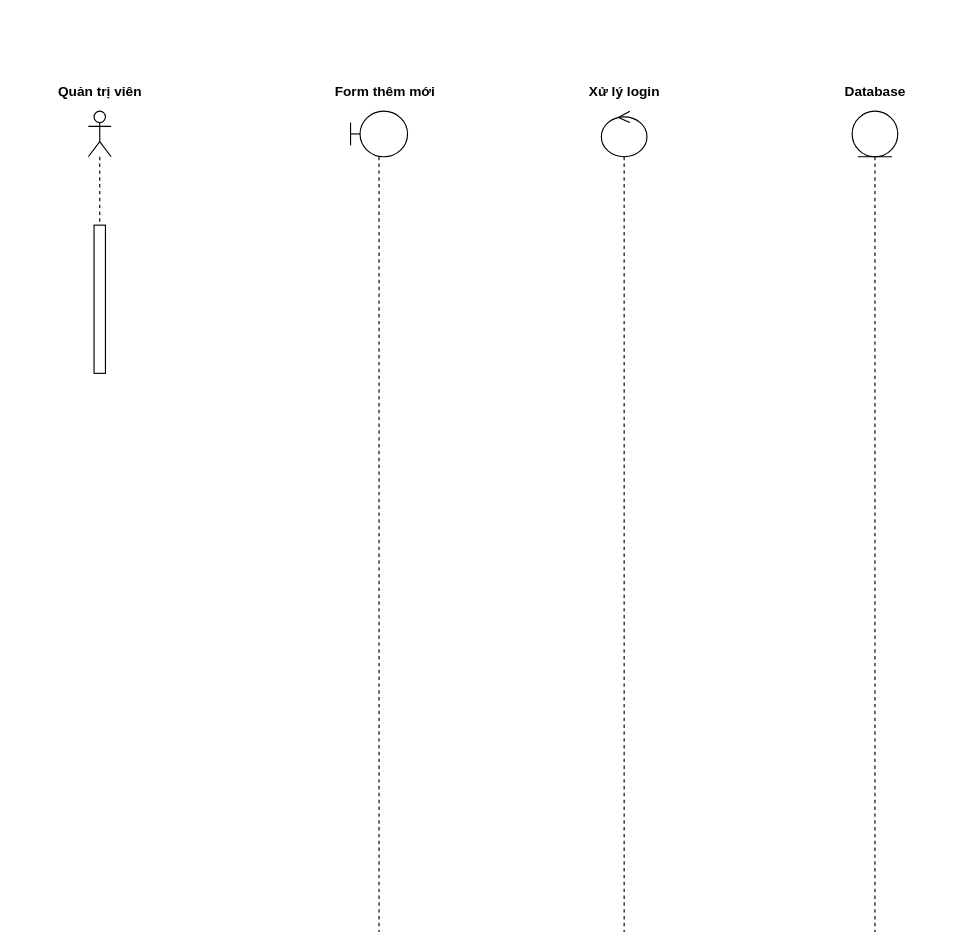
Earlier version of the draw.io diagram Biểu đồ không có tiêu đề.drawio (V13tthnh/To-do-list-ReactJS). Source tidied: cells renumbered, new cells numbered last; positions are measured from the earlier drawing's top-left corner, leaving out a move shared by most shapes. Both pictures are drawn from the tidied source at 114%, with x=0, y=0 at pixel (54, 76).
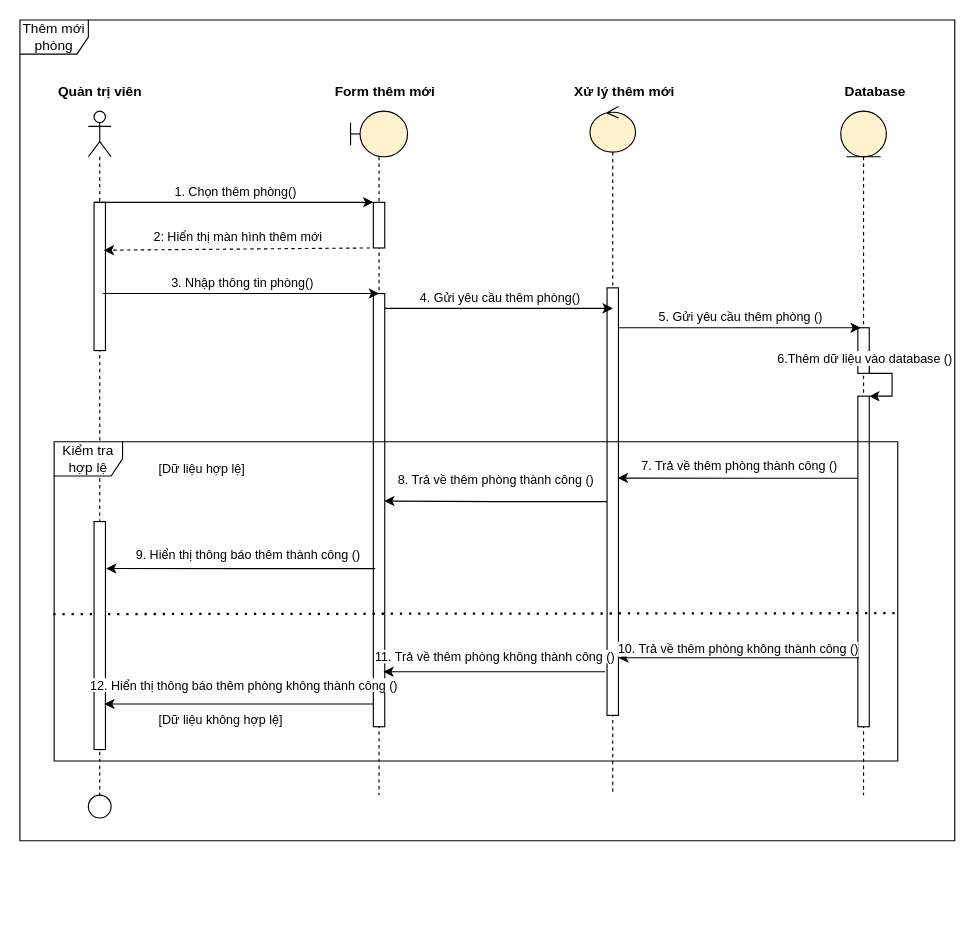
The same page after the edit.

Diff of the diagram source:
```diff
@@
-    <mxCell id="2" style="shape=umlLifeline;perimeter=lifelinePerimeter;whiteSpace=wrap;html=1;newEdgeStyle={&quot;curved&quot;:0,&quot;rounded&quot;:0};participant=umlBoundary;" parent="1" vertex="1">
-      <mxGeometry x="260" y="30" width="50" height="720" as="geometry" />
+    <mxCell id="2" style="shape=umlLifeline;perimeter=lifelinePerimeter;whiteSpace=wrap;html=1;newEdgeStyle={&quot;curved&quot;:0,&quot;rounded&quot;:0};participant=umlBoundary;fillColor=#fff2cc;strokeColor=light-dark(#000000, #6d5100);" parent="1" vertex="1">
+      <mxGeometry x="260" y="30" width="50" height="600" as="geometry" />
     </mxCell>
     <mxCell id="3" style="shape=umlLifeline;perimeter=lifelinePerimeter;whiteSpace=wrap;html=1;newEdgeStyle={&quot;curved&quot;:0,&quot;rounded&quot;:0};participant=umlActor;" parent="1" vertex="1">
-      <mxGeometry x="30" y="30" width="20" height="100" as="geometry" />
+      <mxGeometry x="30" y="30" width="20" height="600" as="geometry" />
     </mxCell>
-    <mxCell id="4" style="shape=umlLifeline;perimeter=lifelinePerimeter;whiteSpace=wrap;html=1;newEdgeStyle={&quot;curved&quot;:0,&quot;rounded&quot;:0};participant=umlControl;" parent="1" vertex="1">
-      <mxGeometry x="480" y="30" width="40" height="720" as="geometry" />
+    <mxCell id="4" style="shape=umlLifeline;perimeter=lifelinePerimeter;whiteSpace=wrap;html=1;newEdgeStyle={&quot;curved&quot;:0,&quot;rounded&quot;:0};participant=umlControl;fillColor=#fff2cc;strokeColor=light-dark(#000000, #6d5100);" parent="1" vertex="1">
+      <mxGeometry x="470" y="26" width="40" height="604" as="geometry" />
     </mxCell>
-    <mxCell id="5" style="shape=umlLifeline;perimeter=lifelinePerimeter;whiteSpace=wrap;html=1;newEdgeStyle={&quot;curved&quot;:0,&quot;rounded&quot;:0};participant=umlEntity;" parent="1" vertex="1">
-      <mxGeometry x="700" y="30" width="40" height="720" as="geometry" />
+    <mxCell id="5" style="shape=umlLifeline;perimeter=lifelinePerimeter;whiteSpace=wrap;html=1;newEdgeStyle={&quot;curved&quot;:0,&quot;rounded&quot;:0};participant=umlEntity;fillColor=#fff2cc;strokeColor=light-dark(#000000, #6d5100);" parent="1" vertex="1">
+      <mxGeometry x="690" y="30" width="40" height="600" as="geometry" />
     </mxCell>
@@
-    <mxCell id="8" value="Xử lý login" style="text;align=center;fontStyle=1;verticalAlign=middle;spacingLeft=3;spacingRight=3;strokeColor=none;html=1;" parent="1" vertex="1">
+    <mxCell id="8" value="Xử lý thêm mới" style="text;align=center;fontStyle=1;verticalAlign=middle;spacingLeft=3;spacingRight=3;strokeColor=none;html=1;" parent="1" vertex="1">
       <mxGeometry x="460" width="80" height="26" as="geometry" />
     </mxCell>
@@
     <mxCell id="10" style="rounded=0;whiteSpace=wrap;html=1;" parent="1" vertex="1">
-      <mxGeometry x="35" y="130" width="10" height="130" as="geometry" />
+      <mxGeometry x="35" y="110" width="10" height="130" as="geometry" />
     </mxCell>
+    <mxCell id="11" style="rounded=0;whiteSpace=wrap;html=1;" parent="1" vertex="1">
+      <mxGeometry x="485" y="185" width="10" height="375" as="geometry" />
+    </mxCell>
+    <mxCell id="12" style="rounded=0;whiteSpace=wrap;html=1;" parent="1" vertex="1">
+      <mxGeometry x="280" y="110" width="10" height="40" as="geometry" />
+    </mxCell>
+    <mxCell id="13" style="edgeStyle=orthogonalEdgeStyle;rounded=0;orthogonalLoop=1;jettySize=auto;html=1;entryX=1;entryY=0.5;entryDx=0;entryDy=0;" parent="1" edge="1">
+      <mxGeometry relative="1" as="geometry">
+        <mxPoint x="715" y="240" as="sourcePoint" />
+        <mxPoint x="715" y="280" as="targetPoint" />
+        <Array as="points">
+          <mxPoint x="715" y="260" />
+          <mxPoint x="735" y="260" />
+          <mxPoint x="735" y="280" />
+        </Array>
+      </mxGeometry>
+    </mxCell>
+    <mxCell id="14" style="rounded=0;whiteSpace=wrap;html=1;" parent="1" vertex="1">
+      <mxGeometry x="705" y="220" width="10" height="40" as="geometry" />
+    </mxCell>
+    <mxCell id="15" style="endArrow=classic;html=1;rounded=0;entryX=0;entryY=0;entryDx=0;entryDy=0;" parent="1" edge="1" target="12">
+      <mxGeometry relative="1" as="geometry">
+        <mxPoint x="35" y="110" as="sourcePoint" />
+      </mxGeometry>
+    </mxCell>
+    <mxCell id="16" value="1. Chọn thêm phòng()" style="edgeLabel;html=1;align=center;verticalAlign=middle;" parent="15" vertex="1">
+      <mxGeometry relative="1" as="geometry">
+        <mxPoint y="-10" as="offset" />
+      </mxGeometry>
+    </mxCell>
+    <mxCell id="17" style="endArrow=classic;html=1;rounded=0;entryX=0.86;entryY=0.323;entryDx=0;entryDy=0;entryPerimeter=0;dashed=1;" parent="1" edge="1" target="10">
+      <mxGeometry relative="1" as="geometry">
+        <mxPoint x="277" y="150" as="sourcePoint" />
+      </mxGeometry>
+    </mxCell>
+    <mxCell id="18" value="2: Hiển thị màn hình thêm mới" style="edgeLabel;html=1;align=center;verticalAlign=middle;" parent="17" vertex="1">
+      <mxGeometry relative="1" as="geometry">
+        <mxPoint y="-11" as="offset" />
+      </mxGeometry>
+    </mxCell>
+    <mxCell id="19" style="rounded=0;whiteSpace=wrap;html=1;" parent="1" vertex="1">
+      <mxGeometry x="280" y="190" width="10" height="380" as="geometry" />
+    </mxCell>
+    <mxCell id="20" style="endArrow=classic;html=1;rounded=0;entryX=0;entryY=0;entryDx=0;entryDy=0;" parent="1" edge="1">
+      <mxGeometry relative="1" as="geometry">
+        <mxPoint x="43" y="190" as="sourcePoint" />
+        <mxPoint x="285" y="190" as="targetPoint" />
+      </mxGeometry>
+    </mxCell>
+    <mxCell id="21" value="3. Nhập thông tin phòng()" style="edgeLabel;html=1;align=center;verticalAlign=middle;" parent="20" vertex="1">
+      <mxGeometry relative="1" as="geometry">
+        <mxPoint y="-10" as="offset" />
+      </mxGeometry>
+    </mxCell>
+    <mxCell id="22" value="Thêm mới phòng" style="shape=umlFrame;whiteSpace=wrap;html=1;" parent="1" vertex="1">
+      <mxGeometry x="-30" y="-50" width="820" height="720" as="geometry" />
+    </mxCell>
+    <mxCell id="23" style="endArrow=classic;html=1;rounded=0;exitX=0.78;exitY=0.637;exitDx=0;exitDy=0;exitPerimeter=0;" parent="1" edge="1">
+      <mxGeometry relative="1" as="geometry">
+        <mxPoint x="290" y="203" as="sourcePoint" />
+        <mxPoint x="490" y="203" as="targetPoint" />
+      </mxGeometry>
+    </mxCell>
+    <mxCell id="24" value="4. Gửi yêu cầu thêm phòng()" style="edgeLabel;html=1;align=center;verticalAlign=middle;" parent="23" vertex="1">
+      <mxGeometry relative="1" as="geometry">
+        <mxPoint y="-10" as="offset" />
+      </mxGeometry>
+    </mxCell>
+    <mxCell id="25" style="ellipse;whiteSpace=wrap;html=1;" parent="1" vertex="1">
+      <mxGeometry x="30" y="630" width="20" height="20" as="geometry" />
+    </mxCell>
+    <mxCell id="26" style="rounded=0;whiteSpace=wrap;html=1;" parent="1" vertex="1">
+      <mxGeometry x="705" y="280" width="10" height="290" as="geometry" />
+    </mxCell>
+    <mxCell id="27" style="endArrow=classic;html=1;rounded=0;exitX=0.78;exitY=0.637;exitDx=0;exitDy=0;exitPerimeter=0;entryX=0.25;entryY=0;entryDx=0;entryDy=0;" parent="1" edge="1" target="14">
+      <mxGeometry relative="1" as="geometry">
+        <mxPoint x="495" y="220" as="sourcePoint" />
+      </mxGeometry>
+    </mxCell>
+    <mxCell id="28" value="5. Gửi yêu cầu thêm phòng ()" style="edgeLabel;html=1;align=center;verticalAlign=middle;" parent="27" vertex="1">
+      <mxGeometry relative="1" as="geometry">
+        <mxPoint y="-10" as="offset" />
+      </mxGeometry>
+    </mxCell>
+    <mxCell id="29" value="6.Thêm dữ liệu vào database ()" style="edgeLabel;html=1;align=center;verticalAlign=middle;" parent="1" vertex="1">
+      <mxGeometry x="705" y="260" as="geometry">
+        <mxPoint x="5" y="-14" as="offset" />
+      </mxGeometry>
+    </mxCell>
+    <mxCell id="30" value="Kiểm tra hợp lệ" style="shape=umlFrame;whiteSpace=wrap;html=1;" parent="1" vertex="1">
+      <mxGeometry y="320" width="740" height="280" as="geometry" />
+    </mxCell>
+    <mxCell id="31" style="endArrow=none;dashed=1;html=1;dashPattern=1 3;strokeWidth=2;rounded=0;exitX=-0.001;exitY=0.54;exitDx=0;exitDy=0;exitPerimeter=0;entryX=1.001;entryY=0.537;entryDx=0;entryDy=0;entryPerimeter=0;" parent="1" edge="1" source="30" target="30">
+      <mxGeometry relative="1" as="geometry" />
+    </mxCell>
+    <mxCell id="32" style="edgeStyle=orthogonalEdgeStyle;rounded=0;jettySize=auto;html=1;entryX=0.94;entryY=0.445;entryDx=0;entryDy=0;entryPerimeter=0;" parent="1" edge="1" target="11">
+      <mxGeometry relative="1" as="geometry">
+        <mxPoint x="705" y="352" as="sourcePoint" />
+        <Array as="points">
+          <mxPoint x="640" y="352" />
+          <mxPoint x="640" y="352" />
+        </Array>
+      </mxGeometry>
+    </mxCell>
+    <mxCell id="33" value="7. Trả về thêm phòng thành công ()" style="edgeLabel;html=1;align=center;verticalAlign=middle;" parent="1" vertex="1">
+      <mxGeometry x="600" y="340" as="geometry" />
+    </mxCell>
+    <mxCell id="34" value="&lt;span style=&quot;color: rgb(0, 0, 0); font-family: Helvetica; font-size: 11px; font-style: normal; font-variant-ligatures: normal; font-variant-caps: normal; font-weight: 400; letter-spacing: normal; orphans: 2; text-align: center; text-indent: 0px; text-transform: none; widows: 2; word-spacing: 0px; -webkit-text-stroke-width: 0px; white-space: nowrap; background-color: rgb(255, 255, 255); text-decoration-thickness: initial; text-decoration-style: initial; text-decoration-color: initial; float: none; display: inline !important;&quot;&gt;8. Trả về thêm phòng thành công ()&lt;/span&gt;" style="text;whiteSpace=wrap;html=1;" parent="1" vertex="1">
+      <mxGeometry x="300" y="340" width="140" height="40" as="geometry" />
+    </mxCell>
+    <mxCell id="35" style="edgeStyle=orthogonalEdgeStyle;rounded=0;jettySize=auto;html=1;entryX=0.96;entryY=0.479;entryDx=0;entryDy=0;entryPerimeter=0;" parent="1" edge="1" source="11" target="19">
+      <mxGeometry relative="1" as="geometry" />
+    </mxCell>
+    <mxCell id="36" style="rounded=0;whiteSpace=wrap;html=1;" parent="1" vertex="1">
+      <mxGeometry x="35" y="390" width="10" height="200" as="geometry" />
+    </mxCell>
+    <mxCell id="37" style="edgeStyle=orthogonalEdgeStyle;rounded=0;jettySize=auto;html=1;entryX=1.06;entryY=0.206;entryDx=0;entryDy=0;entryPerimeter=0;exitX=0.16;exitY=0.635;exitDx=0;exitDy=0;exitPerimeter=0;" parent="1" edge="1" source="19" target="36">
+      <mxGeometry relative="1" as="geometry" />
+    </mxCell>
+    <mxCell id="38" value="&lt;span style=&quot;color: rgb(0, 0, 0); font-family: Helvetica; font-size: 11px; font-style: normal; font-variant-ligatures: normal; font-variant-caps: normal; font-weight: 400; letter-spacing: normal; orphans: 2; text-align: center; text-indent: 0px; text-transform: none; widows: 2; word-spacing: 0px; -webkit-text-stroke-width: 0px; white-space: nowrap; background-color: rgb(255, 255, 255); text-decoration-thickness: initial; text-decoration-style: initial; text-decoration-color: initial; float: none; display: inline !important;&quot;&gt;9. Hiển thị thông báo thêm thành công ()&lt;/span&gt;" style="text;whiteSpace=wrap;html=1;" parent="1" vertex="1">
+      <mxGeometry x="70" y="405" width="140" height="40" as="geometry" />
+    </mxCell>
+    <mxCell id="39" value="&lt;div style=&quot;text-align: center;&quot;&gt;&lt;span style=&quot;font-size: 11px; text-wrap-mode: nowrap; background-color: rgb(255, 255, 255);&quot;&gt;[Dữ liệu hợp lệ]&lt;/span&gt;&lt;/div&gt;" style="text;whiteSpace=wrap;html=1;" parent="1" vertex="1">
+      <mxGeometry x="90" y="330" width="140" height="40" as="geometry" />
+    </mxCell>
+    <mxCell id="40" value="&lt;div style=&quot;text-align: center;&quot;&gt;&lt;span style=&quot;font-size: 11px; text-wrap-mode: nowrap; background-color: rgb(255, 255, 255);&quot;&gt;[Dữ liệu không hợp lệ]&lt;/span&gt;&lt;/div&gt;" style="text;whiteSpace=wrap;html=1;" parent="1" vertex="1">
+      <mxGeometry x="90" y="550" width="140" height="40" as="geometry" />
+    </mxCell>
+    <mxCell id="41" style="edgeStyle=orthogonalEdgeStyle;rounded=0;orthogonalLoop=1;jettySize=auto;html=1;entryX=0.94;entryY=0.445;entryDx=0;entryDy=0;entryPerimeter=0;" parent="1" edge="1">
+      <mxGeometry relative="1" as="geometry">
+        <mxPoint x="706" y="509.5" as="sourcePoint" />
+        <mxPoint x="495" y="509.5" as="targetPoint" />
+        <Array as="points">
+          <mxPoint x="641" y="509.5" />
+          <mxPoint x="641" y="509.5" />
+        </Array>
+      </mxGeometry>
+    </mxCell>
+    <mxCell id="42" value="10. Trả về thêm phòng không thành công ()" style="edgeLabel;html=1;align=center;verticalAlign=middle;" parent="1" vertex="1">
+      <mxGeometry x="560" y="490" as="geometry">
+        <mxPoint x="39" y="11" as="offset" />
+      </mxGeometry>
+    </mxCell>
+    <mxCell id="43" style="edgeStyle=orthogonalEdgeStyle;rounded=0;jettySize=auto;html=1;entryX=0.88;entryY=0.873;entryDx=0;entryDy=0;entryPerimeter=0;exitX=-0.18;exitY=0.898;exitDx=0;exitDy=0;exitPerimeter=0;" parent="1" edge="1" source="11" target="19">
+      <mxGeometry relative="1" as="geometry" />
+    </mxCell>
+    <mxCell id="44" value="&lt;span style=&quot;color: rgb(0, 0, 0); font-family: Helvetica; font-size: 11px; font-style: normal; font-variant-ligatures: normal; font-variant-caps: normal; font-weight: 400; letter-spacing: normal; orphans: 2; text-align: center; text-indent: 0px; text-transform: none; widows: 2; word-spacing: 0px; -webkit-text-stroke-width: 0px; white-space: nowrap; background-color: rgb(255, 255, 255); text-decoration-thickness: initial; text-decoration-style: initial; text-decoration-color: initial; float: none; display: inline !important;&quot;&gt;11. Trả về thêm phòng không thành công ()&lt;/span&gt;" style="text;whiteSpace=wrap;html=1;" parent="1" vertex="1">
+      <mxGeometry x="280" y="495" width="200" height="40" as="geometry" />
+    </mxCell>
+    <mxCell id="45" style="edgeStyle=orthogonalEdgeStyle;rounded=0;orthogonalLoop=1;jettySize=auto;html=1;entryX=1.06;entryY=0.206;entryDx=0;entryDy=0;entryPerimeter=0;exitX=0.16;exitY=0.635;exitDx=0;exitDy=0;exitPerimeter=0;" parent="1" edge="1">
+      <mxGeometry relative="1" as="geometry">
+        <mxPoint x="280" y="550" as="sourcePoint" />
+        <mxPoint x="44" y="550" as="targetPoint" />
+      </mxGeometry>
+    </mxCell>
+    <mxCell id="46" value="&lt;span style=&quot;color: rgb(0, 0, 0); font-family: Helvetica; font-size: 11px; font-style: normal; font-variant-ligatures: normal; font-variant-caps: normal; font-weight: 400; letter-spacing: normal; orphans: 2; text-align: center; text-indent: 0px; text-transform: none; widows: 2; word-spacing: 0px; -webkit-text-stroke-width: 0px; white-space: nowrap; background-color: rgb(255, 255, 255); text-decoration-thickness: initial; text-decoration-style: initial; text-decoration-color: initial; float: none; display: inline !important;&quot;&gt;12. Hiển thị thông báo thêm phòng không thành công ()&lt;/span&gt;" style="text;whiteSpace=wrap;html=1;" parent="1" vertex="1">
+      <mxGeometry x="30" y="520" width="140" height="40" as="geometry" />
+    </mxCell>
```
